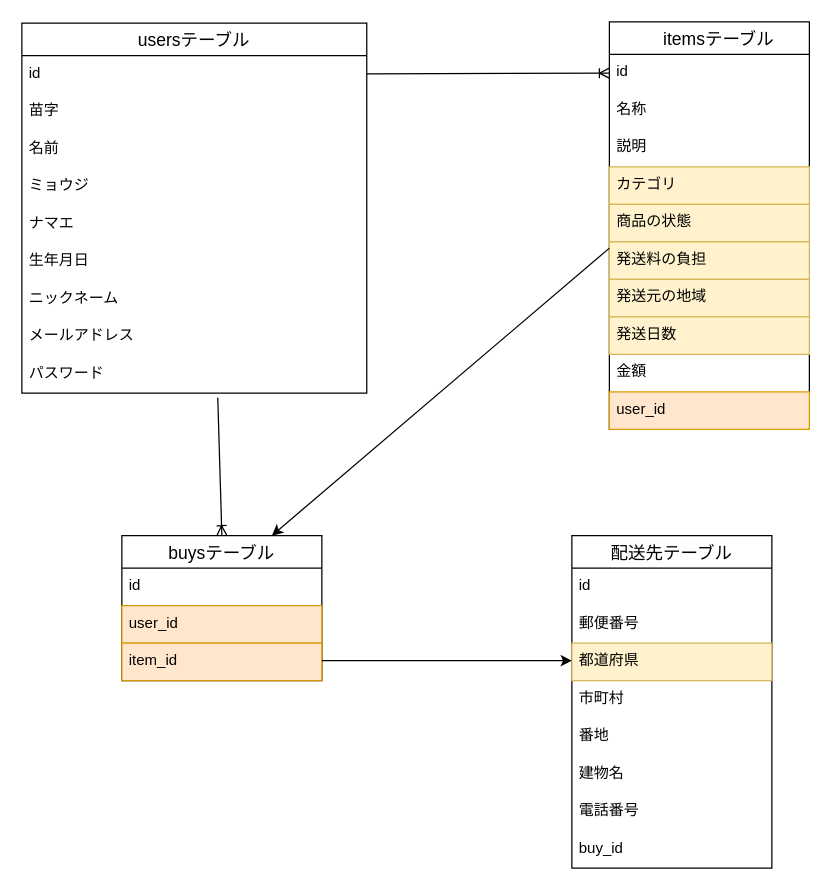
The draw.io diagram furima.dio in Korosuke562k/furima-42542, before the edit. Source tidied: cells renumbered, new cells numbered last; positions are measured from the earlier drawing's top-left corner, leaving out a move shared by most shapes. Both pictures are drawn from the tidied source at 125%, with x=0, y=0 at pixel (21, 21).
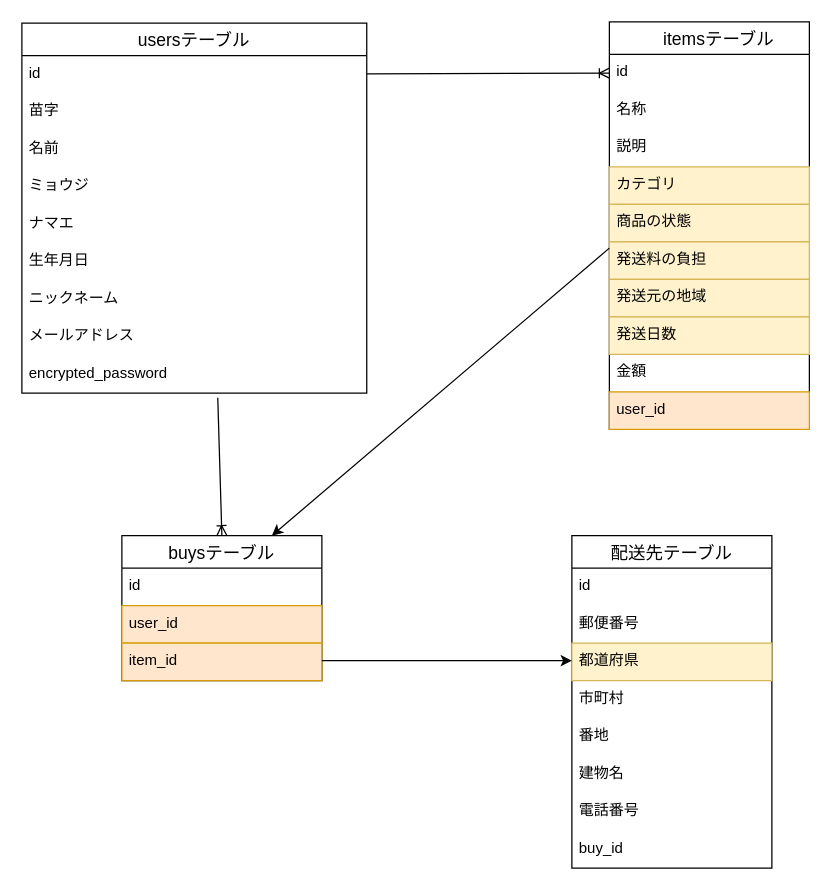
The same diagram, later.

The change refers to these unchanged cells:
```xml
<mxCell id="2" value="usersテーブル" style="swimlane;fontStyle=0;horizontal=1;startSize=26;align=center;fontSize=14;" parent="1" vertex="1">
  <mxGeometry y="1" width="275.9" height="296" as="geometry" />
</mxCell>
```

What changed in the source:
```diff
@@
-    <mxCell id="11" value="&lt;span style=&quot;color: rgb(0, 0, 0);&quot;&gt;パスワード&lt;/span&gt;" style="text;strokeColor=none;fillColor=none;spacingLeft=4;spacingRight=4;overflow=hidden;points=[[0,0.5],[1,0.5]];portConstraint=eastwest;fontSize=12;whiteSpace=wrap;html=1;" parent="2" vertex="1">
+    <mxCell id="11" value="&lt;span style=&quot;color: rgb(0, 0, 0);&quot;&gt;encrypted_password&lt;/span&gt;" style="text;strokeColor=none;fillColor=none;spacingLeft=4;spacingRight=4;overflow=hidden;points=[[0,0.5],[1,0.5]];portConstraint=eastwest;fontSize=12;whiteSpace=wrap;html=1;" parent="2" vertex="1">
       <mxGeometry y="266" width="275.9" height="30" as="geometry" />
     </mxCell>
```
